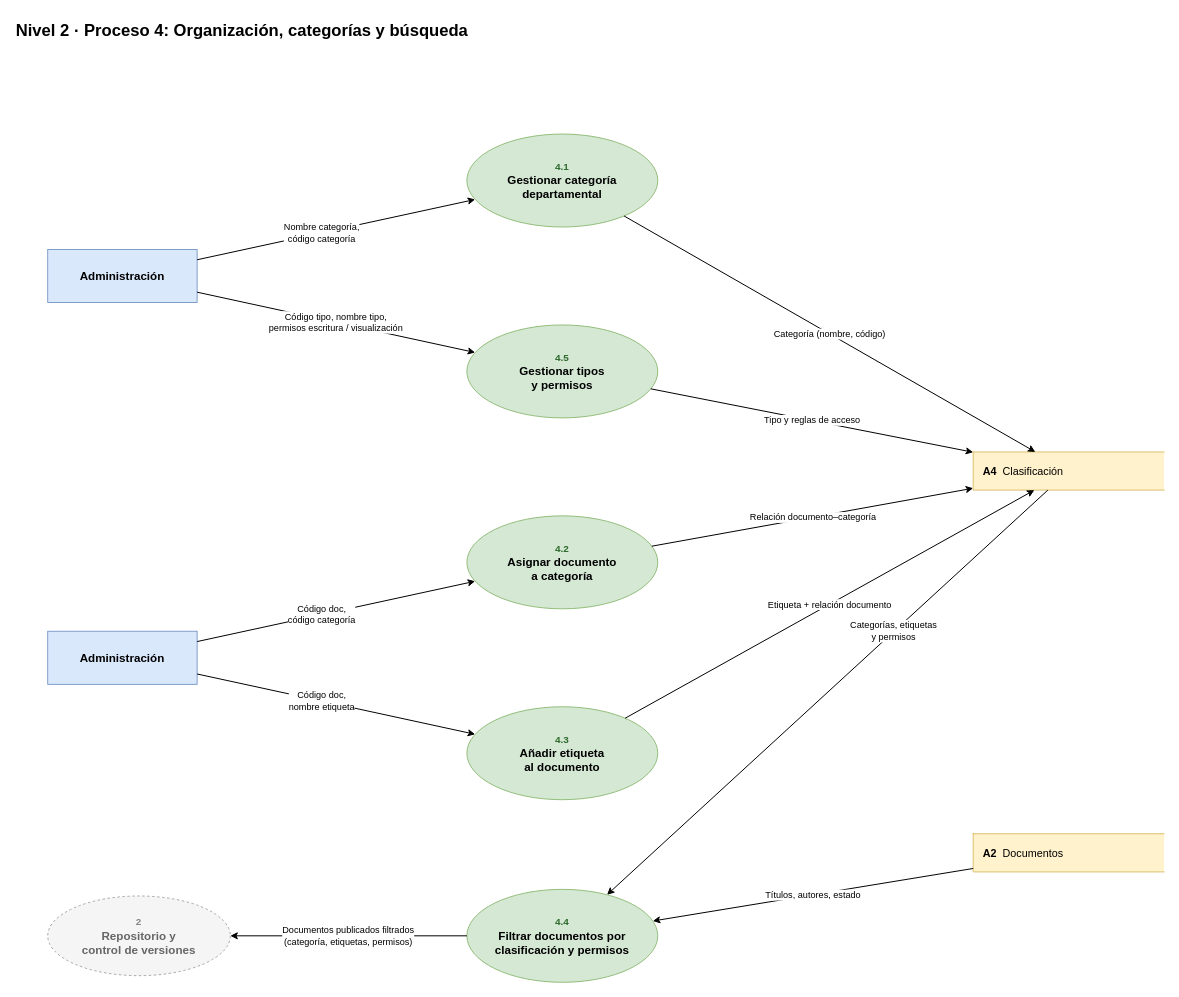
adriivarela06/P2_DDSI keeps this draw.io diagram as page "Nivel 2 · Proceso 4" (6 of 7) of diagramas_sistema_documentacion /dfd/dfd_sistema_documentacion.drawio. Above is the earlier version. Source tidied: cells renumbered, new cells numbered last; positions are measured from the earlier drawing's top-left corner, leaving out a move shared by most shapes. Both pictures are drawn from the tidied source at 83%, with x=0, y=0 at pixel (14, 14).
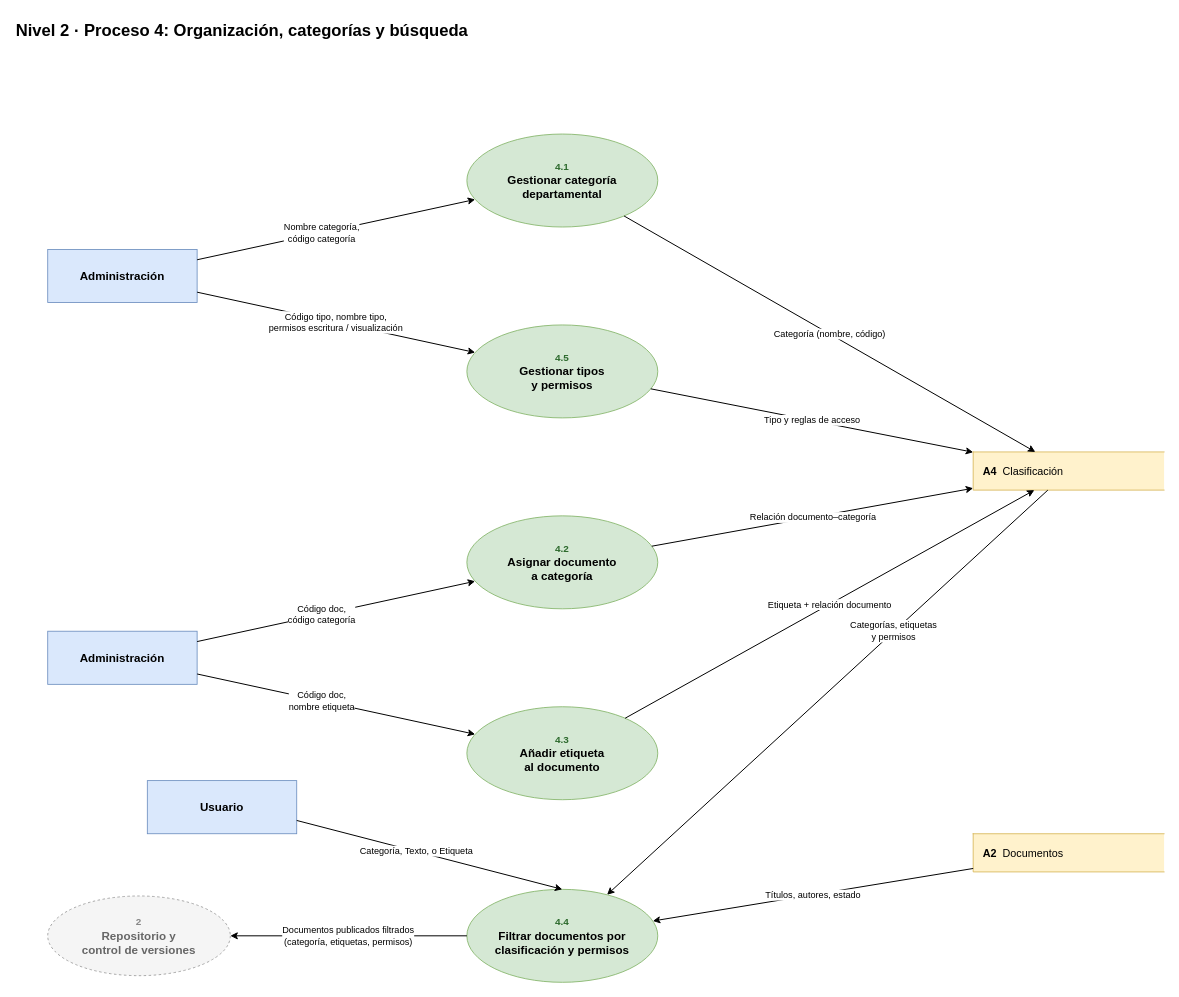
The same page after the edit.

The change refers to these unchanged cells:
```xml
<mxCell id="9" value="&lt;font style=&quot;font-size:12px&quot; color=&quot;#2d6a2d&quot;&gt;4.4&lt;/font&gt;&lt;br&gt;Filtrar documentos por&lt;br&gt;clasificación y permisos" style="ellipse;whiteSpace=wrap;html=1;fillColor=#d5e8d4;strokeColor=#82b366;fontColor=#000000;fontSize=14;fontStyle=1;" parent="1" vertex="1">
  <mxGeometry x="545" y="1054" width="230" height="112" as="geometry" />
</mxCell>
```

What changed in the source:
```diff
@@
+    <mxCell id="24" value="Usuario" style="rounded=0;whiteSpace=wrap;html=1;fillColor=#dae8fc;strokeColor=#6c8ebf;fontStyle=1;fontSize=14;" parent="1" vertex="1">
+      <mxGeometry x="160" y="923" width="180" height="64" as="geometry" />
+    </mxCell>
+    <mxCell id="25" value="Categoría, Texto, o Etiqueta" style="edgeStyle=none;html=1;endArrow=classic;endFill=1;strokeWidth=1.2;fontSize=11;labelBackgroundColor=#ffffff;exitX=1;exitY=0.75;exitDx=0;exitDy=0;entryX=0.5;entryY=0;entryDx=0;entryDy=0;" parent="1" edge="1" source="24" target="9">
+      <mxGeometry x="-0.1" relative="1" as="geometry" />
+    </mxCell>
```
